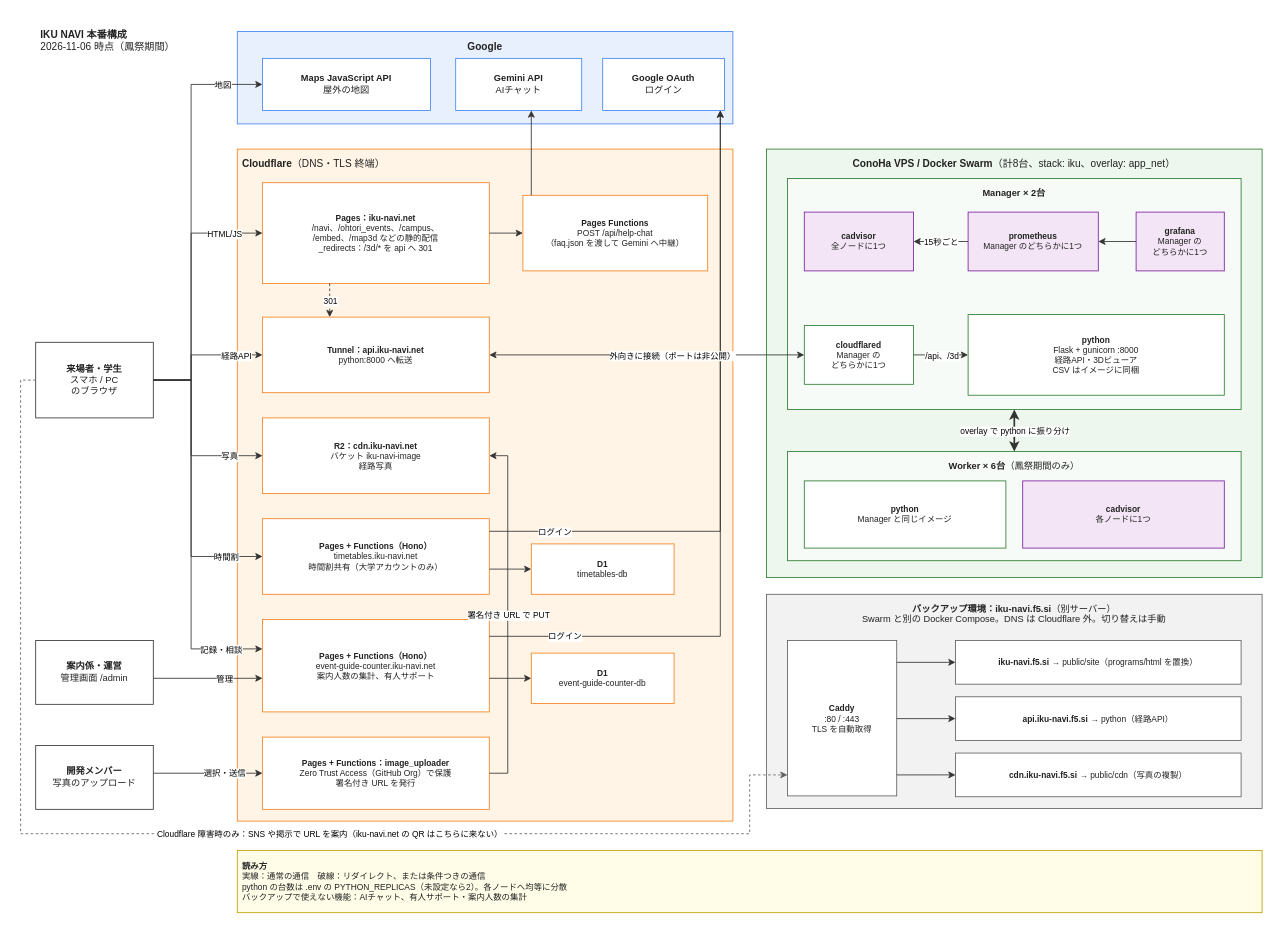
The draw.io diagram page "システム構成" (1 of 2) of images/プロジェクト構成図.drawio in SenARMapOrg/SenARMapProject_2026, before the edit. Source tidied: cells renumbered, new cells numbered last; positions are measured from the earlier drawing's top-left corner, leaving out a move shared by most shapes. Both pictures are drawn from the tidied source at 84%, with x=0, y=0 at pixel (20, 14).
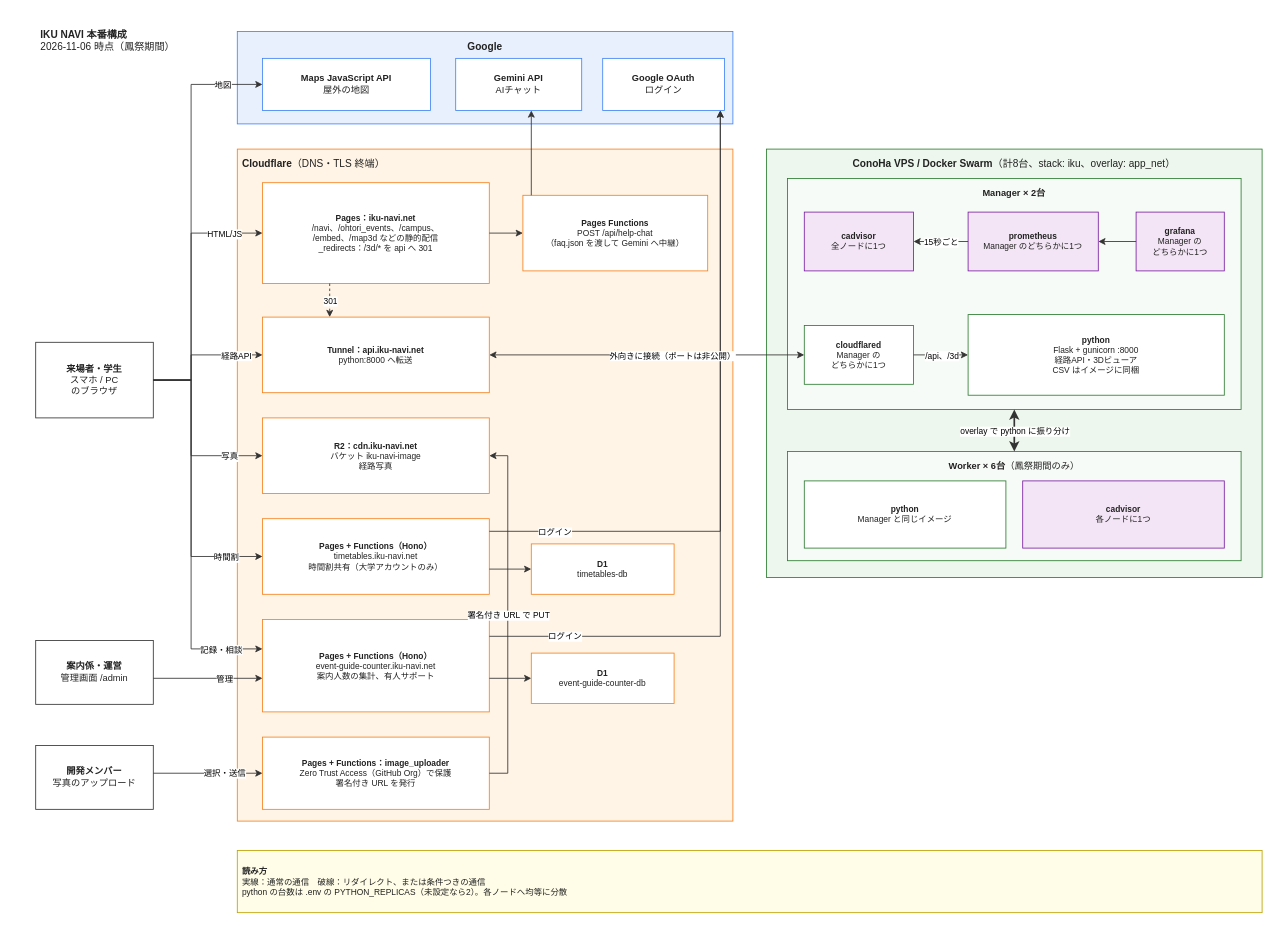
Above is the later version.

Unchanged cells that the change refers to:
```xml
<mxCell id="3" value="&lt;b&gt;来場者・学生&lt;/b&gt;&lt;br&gt;スマホ / PC&lt;br&gt;のブラウザ" style="rounded=0;whiteSpace=wrap;html=1;fillColor=#FFFFFF;strokeColor=#333333;fontColor=#222222;fontSize=11;align=center;spacing=6;verticalAlign=middle;" parent="1" vertex="1">
  <mxGeometry x="18" y="390" width="140" height="90" as="geometry" />
</mxCell>
```

What changed in the source:
```diff
@@
-    <mxCell id="30" value="&lt;b&gt;バックアップ環境：iku-navi.f5.si&lt;/b&gt;（別サーバー）&lt;br&gt;Swarm と別の Docker Compose。DNS は Cloudflare 外。切り替えは手動" style="rounded=0;whiteSpace=wrap;html=1;fillColor=#F2F2F2;strokeColor=#616161;fontColor=#222222;fontSize=11;align=center;spacing=6;verticalAlign=top;" parent="1" vertex="1">
-      <mxGeometry x="888" y="690" width="590" height="255" as="geometry" />
-    </mxCell>
-    <mxCell id="31" value="&lt;b&gt;Caddy&lt;/b&gt;&lt;br&gt;:80 / :443&lt;br&gt;TLS を自動取得" style="rounded=0;whiteSpace=wrap;html=1;fillColor=#FFFFFF;strokeColor=#616161;fontColor=#222222;fontSize=10;align=center;spacing=6;verticalAlign=middle;" parent="30" vertex="1">
-      <mxGeometry x="25" y="55" width="130" height="185" as="geometry" />
-    </mxCell>
-    <mxCell id="32" value="&lt;b&gt;iku-navi.f5.si&lt;/b&gt; → public/site（programs/html を置換）" style="rounded=0;whiteSpace=wrap;html=1;fillColor=#FFFFFF;strokeColor=#616161;fontColor=#222222;fontSize=10;align=center;spacing=6;verticalAlign=middle;" parent="30" vertex="1">
-      <mxGeometry x="225" y="55" width="340" height="52" as="geometry" />
-    </mxCell>
-    <mxCell id="33" value="&lt;b&gt;api.iku-navi.f5.si&lt;/b&gt; → python（経路API）" style="rounded=0;whiteSpace=wrap;html=1;fillColor=#FFFFFF;strokeColor=#616161;fontColor=#222222;fontSize=10;align=center;spacing=6;verticalAlign=middle;" parent="30" vertex="1">
-      <mxGeometry x="225" y="122" width="340" height="52" as="geometry" />
-    </mxCell>
-    <mxCell id="34" value="&lt;b&gt;cdn.iku-navi.f5.si&lt;/b&gt; → public/cdn（写真の複製）" style="rounded=0;whiteSpace=wrap;html=1;fillColor=#FFFFFF;strokeColor=#616161;fontColor=#222222;fontSize=10;align=center;spacing=6;verticalAlign=middle;" parent="30" vertex="1">
-      <mxGeometry x="225" y="189" width="340" height="52" as="geometry" />
-    </mxCell>
-    <mxCell id="35" value="&lt;b&gt;読み方&lt;/b&gt;&lt;br&gt;実線：通常の通信　破線：リダイレクト、または条件つきの通信&lt;br&gt;python の台数は .env の PYTHON_REPLICAS（未設定なら2）。各ノードへ均等に分散&lt;br&gt;バックアップで使えない機能：AIチャット、有人サポート・案内人数の集計" style="rounded=0;whiteSpace=wrap;html=1;fillColor=#FFFDE7;strokeColor=#BFA100;fontColor=#222222;fontSize=10;align=left;spacing=6;verticalAlign=middle;" parent="1" vertex="1">
+    <mxCell id="35" value="&lt;b&gt;読み方&lt;/b&gt;&lt;br&gt;実線：通常の通信　破線：リダイレクト、または条件つきの通信&lt;br&gt;python の台数は .env の PYTHON_REPLICAS（未設定なら2）。各ノードへ均等に分散" style="rounded=0;whiteSpace=wrap;html=1;fillColor=#FFFDE7;strokeColor=#BFA100;fontColor=#222222;fontSize=10;align=left;spacing=6;verticalAlign=middle;" parent="1" vertex="1">
       <mxGeometry x="258" y="995" width="1220" height="74" as="geometry" />
     </mxCell>
@@
-    <mxCell id="73" style="edgeStyle=none;rounded=0;html=1;strokeColor=#616161;fontSize=10;fontColor=#222222;endArrow=classic;labelBackgroundColor=#FFFFFF;exitX=0.0;exitY=0.5;exitDx=0;exitDy=0;entryX=0.0;entryY=0.8649;entryDx=0;entryDy=0;dashed=1;" parent="1" edge="1" source="3" target="31">
-      <mxGeometry relative="1" as="geometry">
-        <Array as="points">
-          <mxPoint y="435" />
-          <mxPoint y="975" />
-          <mxPoint x="868" y="975" />
-          <mxPoint x="868" y="905" />
-        </Array>
-      </mxGeometry>
-    </mxCell>
-    <mxCell id="74" value="Cloudflare 障害時のみ：SNS や掲示で URL を案内（iku-navi.net の QR はこちらに来ない）" style="edgeLabel;html=1;align=center;verticalAlign=middle;fontSize=10;labelBackgroundColor=#FFFFFF;" parent="73" vertex="1">
-      <mxGeometry x="0.2" relative="1" as="geometry" />
-    </mxCell>
-    <mxCell id="75" style="edgeStyle=none;rounded=0;html=1;strokeColor=#333333;fontSize=10;fontColor=#222222;endArrow=classic;labelBackgroundColor=#FFFFFF;exitX=1.0;exitY=0.1405;exitDx=0;exitDy=0;entryX=0.0;entryY=0.5;entryDx=0;entryDy=0;" parent="1" edge="1" source="31" target="32">
-      <mxGeometry relative="1" as="geometry" />
-    </mxCell>
-    <mxCell id="76" style="edgeStyle=none;rounded=0;html=1;strokeColor=#333333;fontSize=10;fontColor=#222222;endArrow=classic;labelBackgroundColor=#FFFFFF;exitX=1.0;exitY=0.5027;exitDx=0;exitDy=0;entryX=0.0;entryY=0.5;entryDx=0;entryDy=0;" parent="1" edge="1" source="31" target="33">
-      <mxGeometry relative="1" as="geometry" />
-    </mxCell>
-    <mxCell id="77" style="edgeStyle=none;rounded=0;html=1;strokeColor=#333333;fontSize=10;fontColor=#222222;endArrow=classic;labelBackgroundColor=#FFFFFF;exitX=1.0;exitY=0.8649;exitDx=0;exitDy=0;entryX=0.0;entryY=0.5;entryDx=0;entryDy=0;" parent="1" edge="1" source="31" target="34">
-      <mxGeometry relative="1" as="geometry" />
-    </mxCell>
```
